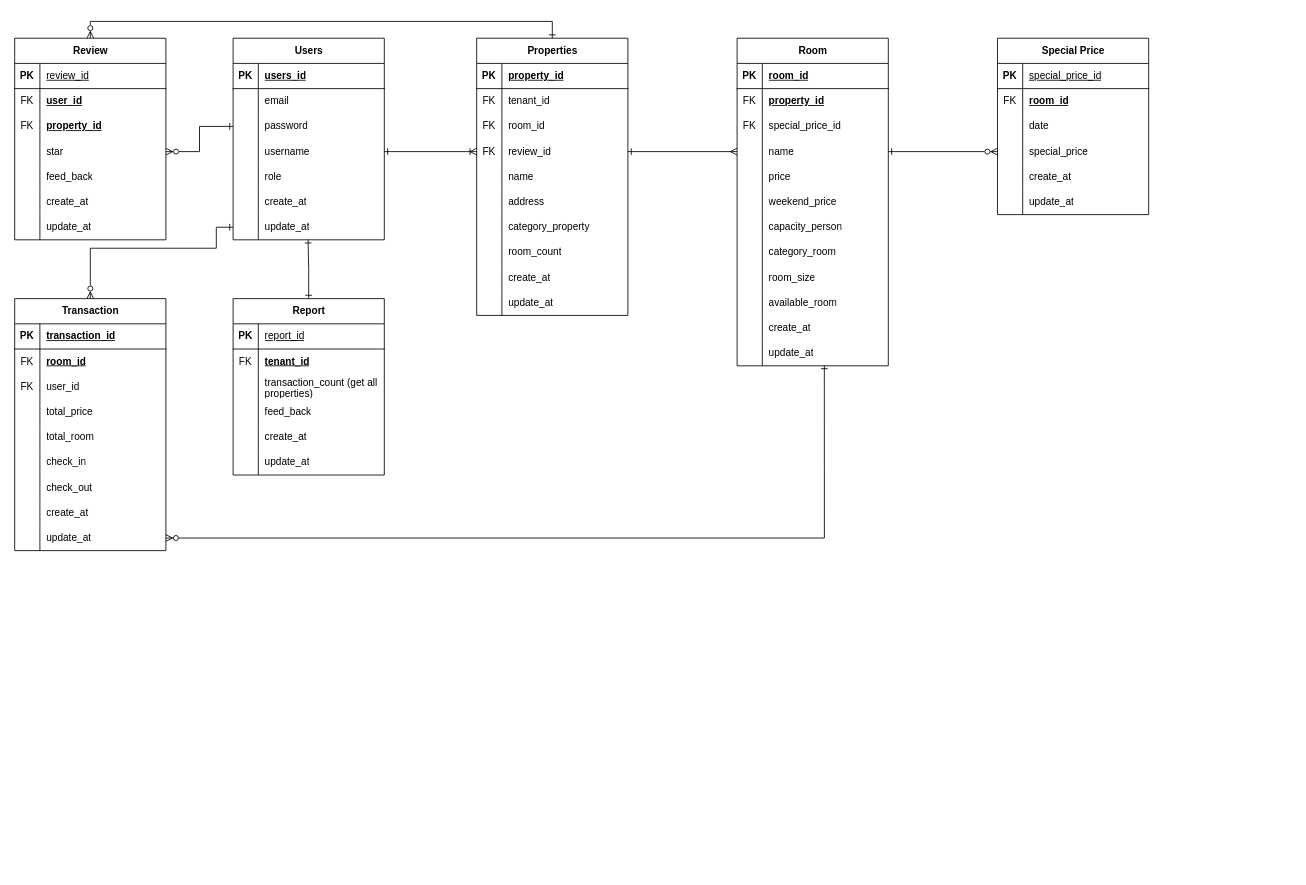
Haresz/BOOKSELF keeps this draw.io diagram as FP.drawio. Above is the earlier version. Source tidied: cells renumbered, new cells numbered last; positions are measured from the earlier drawing's top-left corner, leaving out a move shared by most shapes. Both pictures are drawn from the tidied source at 84%, with x=0, y=0 at pixel (14, 38).
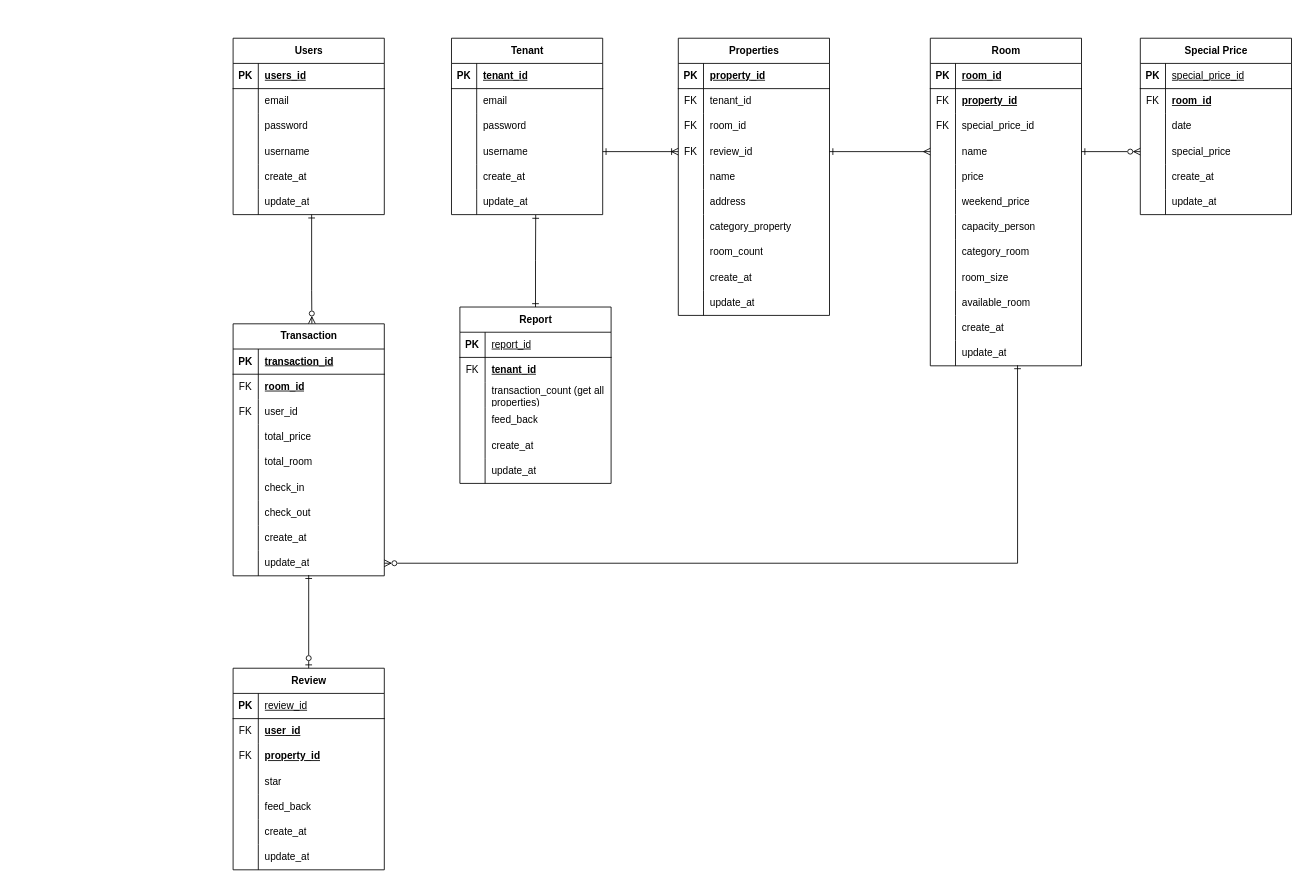
After the change.

The change refers to these unchanged cells:
```xml
<mxCell id="9" style="shape=tableRow;horizontal=0;startSize=0;swimlaneHead=0;swimlaneBody=0;fillColor=none;points=[[0,0.5],[1,0.5]];portConstraint=eastwest;top=0;left=0;right=0;bottom=0;" parent="2" vertex="1">
  <mxGeometry y="90" width="180" height="30" as="geometry" />
</mxCell>
<mxCell id="12" style="shape=tableRow;horizontal=0;startSize=0;swimlaneHead=0;swimlaneBody=0;fillColor=none;points=[[0,0.5],[1,0.5]];portConstraint=eastwest;top=0;left=0;right=0;bottom=0;" parent="2" vertex="1">
  <mxGeometry y="120" width="180" height="30" as="geometry" />
</mxCell>
<mxCell id="34" style="shape=tableRow;horizontal=0;startSize=0;swimlaneHead=0;swimlaneBody=0;fillColor=none;points=[[0,0.5],[1,0.5]];portConstraint=eastwest;top=0;left=0;right=0;bottom=0;" parent="24" vertex="1">
  <mxGeometry y="120" width="180" height="30" as="geometry" />
</mxCell>
<mxCell id="117" style="shape=tableRow;horizontal=0;startSize=0;swimlaneHead=0;swimlaneBody=0;fillColor=none;points=[[0,0.5],[1,0.5]];portConstraint=eastwest;top=0;left=0;right=0;bottom=0;" parent="92" vertex="1">
  <mxGeometry y="270" width="180" height="30" as="geometry" />
</mxCell>
<mxCell id="131" style="shape=tableRow;horizontal=0;startSize=0;swimlaneHead=0;swimlaneBody=0;fillColor=none;points=[[0,0.5],[1,0.5]];portConstraint=eastwest;top=0;left=0;right=0;bottom=0;" parent="121" vertex="1">
  <mxGeometry y="120" width="180" height="30" as="geometry" />
</mxCell>
```

Change to the diagram source:
```diff
@@
     <mxCell id="2" value="Users" style="shape=table;startSize=30;childLayout=tableLayout;rowLines=0;fontStyle=1;align=center;html=1;" parent="1" vertex="1">
-      <mxGeometry x="260" width="180" height="240" as="geometry" />
+      <mxGeometry x="260" width="180" height="210" as="geometry" />
     </mxCell>
@@
-    <mxCell id="15" style="shape=tableRow;horizontal=0;startSize=0;swimlaneHead=0;swimlaneBody=0;fillColor=none;top=0;left=0;right=0;bottom=0;" parent="2" vertex="1">
-      <mxGeometry y="150" width="180" height="30" as="geometry" />
-    </mxCell>
-    <mxCell id="16" style="shape=partialRectangle;fillColor=none;top=0;left=0;bottom=0;right=0;overflow=hidden;whiteSpace=wrap;html=1;" parent="15" vertex="1">
-      <mxGeometry width="30" height="30" as="geometry" />
-    </mxCell>
-    <mxCell id="17" value="role" style="shape=partialRectangle;fillColor=none;top=0;left=0;bottom=0;right=0;align=left;spacingLeft=6;overflow=hidden;whiteSpace=wrap;html=1;" parent="15" vertex="1">
-      <mxGeometry x="30" width="150" height="30" as="geometry" />
-    </mxCell>
     <mxCell id="18" style="shape=tableRow;horizontal=0;startSize=0;swimlaneHead=0;swimlaneBody=0;fillColor=none;top=0;left=0;right=0;bottom=0;" parent="2" vertex="1">
-      <mxGeometry y="180" width="180" height="30" as="geometry" />
+      <mxGeometry y="150" width="180" height="30" as="geometry" />
     </mxCell>
@@
     <mxCell id="21" style="shape=tableRow;horizontal=0;startSize=0;swimlaneHead=0;swimlaneBody=0;fillColor=none;points=[[0,0.5],[1,0.5]];portConstraint=eastwest;top=0;left=0;right=0;bottom=0;" parent="2" vertex="1">
-      <mxGeometry y="210" width="180" height="30" as="geometry" />
+      <mxGeometry y="180" width="180" height="30" as="geometry" />
     </mxCell>
@@
     <mxCell id="24" value="Properties" style="shape=table;startSize=30;childLayout=tableLayout;rowLines=0;fontStyle=1;align=center;html=1;" parent="1" vertex="1">
-      <mxGeometry x="550" width="180" height="330" as="geometry" />
+      <mxGeometry x="790" width="180" height="330" as="geometry" />
     </mxCell>
@@
     <mxCell id="55" value="Room" style="shape=table;startSize=30;childLayout=tableLayout;rowLines=0;fontStyle=1;align=center;html=1;" parent="1" vertex="1">
-      <mxGeometry x="860" width="180" height="390" as="geometry" />
+      <mxGeometry x="1090" width="180" height="390" as="geometry" />
     </mxCell>
@@
     <mxCell id="92" value="Transaction" style="shape=table;startSize=30;childLayout=tableLayout;rowLines=0;fontStyle=1;align=center;html=1;" parent="1" vertex="1">
-      <mxGeometry y="310" width="180" height="300" as="geometry" />
+      <mxGeometry x="260" y="340" width="180" height="300" as="geometry" />
     </mxCell>
@@
-    <mxCell id="120" style="edgeStyle=orthogonalEdgeStyle;rounded=0;jettySize=auto;html=1;entryX=0.5;entryY=0;entryDx=0;entryDy=0;exitX=0.5;exitY=0;exitDx=0;exitDy=0;endArrow=ERone;endFill=0;startArrow=ERzeroToMany;startFill=0;" parent="1" edge="1" source="121" target="24">
-      <mxGeometry relative="1" as="geometry" />
-    </mxCell>
     <mxCell id="121" value="Review" style="shape=table;startSize=30;childLayout=tableLayout;rowLines=0;fontStyle=1;align=center;html=1;" parent="1" vertex="1">
-      <mxGeometry width="180" height="240" as="geometry" />
+      <mxGeometry x="260" y="750" width="180" height="240" as="geometry" />
     </mxCell>
@@
     <mxCell id="143" value="Special Price" style="shape=table;startSize=30;childLayout=tableLayout;rowLines=0;fontStyle=1;align=center;html=1;" parent="1" vertex="1">
-      <mxGeometry x="1170" width="180" height="210" as="geometry" />
+      <mxGeometry x="1340" width="180" height="210" as="geometry" />
     </mxCell>
@@
     <mxCell id="162" value="Report" style="shape=table;startSize=30;childLayout=tableLayout;rowLines=0;fontStyle=1;align=center;html=1;" parent="1" vertex="1">
-      <mxGeometry x="260" y="310" width="180" height="210" as="geometry" />
+      <mxGeometry x="530" y="320" width="180" height="210" as="geometry" />
     </mxCell>
@@
-    <mxCell id="181" style="edgeStyle=orthogonalEdgeStyle;rounded=0;jettySize=auto;html=1;entryX=0;entryY=0.5;entryDx=0;entryDy=0;startArrow=ERone;startFill=0;endArrow=ERoneToMany;endFill=0;" parent="1" edge="1" source="12" target="34">
+    <mxCell id="181" style="edgeStyle=orthogonalEdgeStyle;rounded=0;jettySize=auto;html=1;startArrow=ERone;startFill=0;endArrow=ERoneToMany;endFill=0;entryX=0;entryY=0.5;entryDx=0;entryDy=0;exitX=1;exitY=0.5;exitDx=0;exitDy=0;" parent="1" edge="1" source="198" target="34">
       <mxGeometry relative="1" as="geometry" />
     </mxCell>
@@
-    <mxCell id="184" style="edgeStyle=orthogonalEdgeStyle;rounded=0;jettySize=auto;html=1;entryX=1;entryY=0.5;entryDx=0;entryDy=0;endArrow=ERzeroToMany;endFill=0;startArrow=ERone;startFill=0;" parent="1" edge="1" source="9" target="131">
-      <mxGeometry relative="1" as="geometry" />
-    </mxCell>
-    <mxCell id="185" style="edgeStyle=orthogonalEdgeStyle;rounded=0;jettySize=auto;html=1;entryX=0.5;entryY=0;entryDx=0;entryDy=0;exitX=0;exitY=0.5;exitDx=0;exitDy=0;endArrow=ERzeroToMany;endFill=0;startArrow=ERone;startFill=0;" parent="1" edge="1" source="21" target="92">
+    <mxCell id="185" style="edgeStyle=orthogonalEdgeStyle;rounded=0;jettySize=auto;html=1;entryX=0.521;entryY=-0.001;entryDx=0;entryDy=0;exitX=0.539;exitY=1;exitDx=0;exitDy=0;endArrow=ERzeroToMany;endFill=0;startArrow=ERone;startFill=0;exitPerimeter=0;entryPerimeter=0;" parent="1" edge="1" target="92">
       <mxGeometry relative="1" as="geometry">
+        <mxPoint x="353.5" y="210" as="sourcePoint" />
         <Array as="points">
-          <mxPoint x="240" y="225" />
-          <mxPoint x="240" y="250" />
-          <mxPoint x="90" y="250" />
+          <mxPoint x="353" y="300" />
         </Array>
       </mxGeometry>
     </mxCell>
-    <mxCell id="186" style="edgeStyle=orthogonalEdgeStyle;rounded=0;jettySize=auto;html=1;entryX=0.496;entryY=0.99;entryDx=0;entryDy=0;entryPerimeter=0;startArrow=ERone;startFill=0;endArrow=ERone;endFill=0;" parent="1" edge="1" source="162" target="21">
+    <mxCell id="186" style="edgeStyle=orthogonalEdgeStyle;rounded=0;jettySize=auto;html=1;entryX=0.557;entryY=1.013;entryDx=0;entryDy=0;entryPerimeter=0;startArrow=ERone;startFill=0;endArrow=ERone;endFill=0;" parent="1" edge="1" source="162" target="203">
       <mxGeometry relative="1" as="geometry" />
     </mxCell>
@@
+    <mxCell id="188" value="Tenant" style="shape=table;startSize=30;childLayout=tableLayout;rowLines=0;fontStyle=1;align=center;html=1;" parent="1" vertex="1">
+      <mxGeometry x="520" width="180" height="210" as="geometry" />
+    </mxCell>
+    <mxCell id="189" style="shape=tableRow;horizontal=0;startSize=0;swimlaneHead=0;swimlaneBody=0;fillColor=none;top=0;left=0;right=0;bottom=1;" parent="188" vertex="1">
+      <mxGeometry y="30" width="180" height="30" as="geometry" />
+    </mxCell>
+    <mxCell id="190" value="PK" style="shape=partialRectangle;fillColor=none;top=0;left=0;bottom=0;right=0;fontStyle=1;overflow=hidden;whiteSpace=wrap;html=1;" parent="189" vertex="1">
+      <mxGeometry width="30" height="30" as="geometry" />
+    </mxCell>
+    <mxCell id="191" value="tenant_id" style="shape=partialRectangle;fillColor=none;top=0;left=0;bottom=0;right=0;align=left;spacingLeft=6;fontStyle=5;overflow=hidden;whiteSpace=wrap;html=1;" parent="189" vertex="1">
+      <mxGeometry x="30" width="150" height="30" as="geometry" />
+    </mxCell>
+    <mxCell id="192" style="shape=tableRow;horizontal=0;startSize=0;swimlaneHead=0;swimlaneBody=0;fillColor=none;top=0;left=0;right=0;bottom=0;" parent="188" vertex="1">
+      <mxGeometry y="60" width="180" height="30" as="geometry" />
+    </mxCell>
+    <mxCell id="193" style="shape=partialRectangle;fillColor=none;top=0;left=0;bottom=0;right=0;overflow=hidden;whiteSpace=wrap;html=1;" parent="192" vertex="1">
+      <mxGeometry width="30" height="30" as="geometry" />
+    </mxCell>
+    <mxCell id="194" value="email" style="shape=partialRectangle;fillColor=none;top=0;left=0;bottom=0;right=0;align=left;spacingLeft=6;overflow=hidden;whiteSpace=wrap;html=1;" parent="192" vertex="1">
+      <mxGeometry x="30" width="150" height="30" as="geometry" />
+    </mxCell>
+    <mxCell id="195" style="shape=tableRow;horizontal=0;startSize=0;swimlaneHead=0;swimlaneBody=0;fillColor=none;top=0;left=0;right=0;bottom=0;" parent="188" vertex="1">
+      <mxGeometry y="90" width="180" height="30" as="geometry" />
+    </mxCell>
+    <mxCell id="196" style="shape=partialRectangle;fillColor=none;top=0;left=0;bottom=0;right=0;overflow=hidden;whiteSpace=wrap;html=1;" parent="195" vertex="1">
+      <mxGeometry width="30" height="30" as="geometry" />
+    </mxCell>
+    <mxCell id="197" value="password" style="shape=partialRectangle;fillColor=none;top=0;left=0;bottom=0;right=0;align=left;spacingLeft=6;overflow=hidden;whiteSpace=wrap;html=1;" parent="195" vertex="1">
+      <mxGeometry x="30" width="150" height="30" as="geometry" />
+    </mxCell>
+    <mxCell id="198" style="shape=tableRow;horizontal=0;startSize=0;swimlaneHead=0;swimlaneBody=0;fillColor=none;points=[[0,0.5],[1,0.5]];portConstraint=eastwest;top=0;left=0;right=0;bottom=0;" parent="188" vertex="1">
+      <mxGeometry y="120" width="180" height="30" as="geometry" />
+    </mxCell>
+    <mxCell id="199" style="shape=partialRectangle;fillColor=none;top=0;left=0;bottom=0;right=0;overflow=hidden;whiteSpace=wrap;html=1;" parent="198" vertex="1">
+      <mxGeometry width="30" height="30" as="geometry" />
+    </mxCell>
+    <mxCell id="200" value="username" style="shape=partialRectangle;fillColor=none;top=0;left=0;bottom=0;right=0;align=left;spacingLeft=6;overflow=hidden;whiteSpace=wrap;html=1;" parent="198" vertex="1">
+      <mxGeometry x="30" width="150" height="30" as="geometry" />
+    </mxCell>
+    <mxCell id="15" style="shape=tableRow;horizontal=0;startSize=0;swimlaneHead=0;swimlaneBody=0;fillColor=none;top=0;left=0;right=0;bottom=0;" parent="188" vertex="1">
+      <mxGeometry y="150" width="180" height="30" as="geometry" />
+    </mxCell>
+    <mxCell id="201" style="shape=partialRectangle;fillColor=none;top=0;left=0;bottom=0;right=0;overflow=hidden;whiteSpace=wrap;html=1;" parent="15" vertex="1">
+      <mxGeometry width="30" height="30" as="geometry" />
+    </mxCell>
+    <mxCell id="202" value="create_at" style="shape=partialRectangle;fillColor=none;top=0;left=0;bottom=0;right=0;align=left;spacingLeft=6;overflow=hidden;whiteSpace=wrap;html=1;" parent="15" vertex="1">
+      <mxGeometry x="30" width="150" height="30" as="geometry" />
+    </mxCell>
+    <mxCell id="203" style="shape=tableRow;horizontal=0;startSize=0;swimlaneHead=0;swimlaneBody=0;fillColor=none;points=[[0,0.5],[1,0.5]];portConstraint=eastwest;top=0;left=0;right=0;bottom=0;" parent="188" vertex="1">
+      <mxGeometry y="180" width="180" height="30" as="geometry" />
+    </mxCell>
+    <mxCell id="204" style="shape=partialRectangle;fillColor=none;top=0;left=0;bottom=0;right=0;overflow=hidden;whiteSpace=wrap;html=1;" parent="203" vertex="1">
+      <mxGeometry width="30" height="30" as="geometry" />
+    </mxCell>
+    <mxCell id="205" value="update_at" style="shape=partialRectangle;fillColor=none;top=0;left=0;bottom=0;right=0;align=left;spacingLeft=6;overflow=hidden;whiteSpace=wrap;html=1;" parent="203" vertex="1">
+      <mxGeometry x="30" width="150" height="30" as="geometry" />
+    </mxCell>
+    <mxCell id="206" style="edgeStyle=orthogonalEdgeStyle;rounded=0;jettySize=auto;html=1;entryX=0.5;entryY=0.973;entryDx=0;entryDy=0;entryPerimeter=0;startArrow=ERzeroToOne;startFill=0;endArrow=ERone;endFill=0;" parent="1" edge="1" source="121" target="117">
+      <mxGeometry relative="1" as="geometry" />
+    </mxCell>
```
